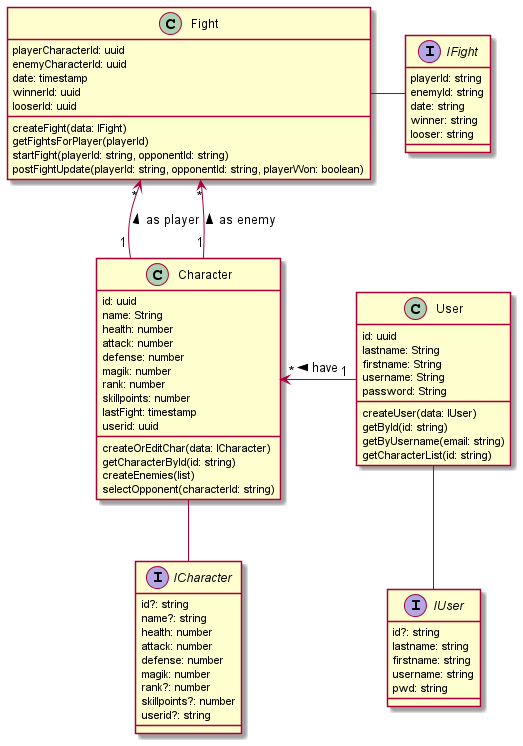
Above: out/model-class/model-class.png in UbikK/idle-rpg (PlantUML), before the change. Its diagram source:
```plantuml
@startuml

Class User {
    id: uuid
    lastname: String
    firstname: String
    username: String
    password: String
    createUser(data: IUser)
    getById(id: string)
    getByUsername(email: string)
    getCharacterList(id: string)
}

Class Character {
    id: uuid
    name: String
    health: number
    attack: number
    defense: number
    magik: number
    rank: number
    skillpoints: number
    lastFight: timestamp
    userid: uuid
    createOrEditChar(data: ICharacter)
    getCharacterById(id: string)
    createEnemies(list)
    selectOpponent(characterId: string)
}

Class Fight {
    playerCharacterId: uuid
    enemyCharacterId: uuid
    date: timestamp
    winnerId: uuid
    looserId: uuid
    createFight(data: IFight)
    getFightsForPlayer(playerId)
    startFight(playerId: string, opponentId: string)
    postFightUpdate(playerId: string, opponentId: string, playerWon: boolean)
}

Interface ICharacter {
    id?: string
    name?: string
    health: number
    attack: number
    defense: number
    magik: number
    rank?: number
    skillpoints?: number
    userid?: string
}

Interface IUser {
    id?: string
    lastname: string
    firstname: string
    username: string
    pwd: string
}

Interface IFight {
    playerId: string
    enemyId: string
    date: string
    winner: string
    looser: string
}

User -down- IUser
Character -down- ICharacter
Fight-IFight
User "1" -left-> "*"Character: > have
Character"1" -up-> "*"Fight: > as player
Character"1" -down-> "*"Fight: > as enemy

@enduml
```
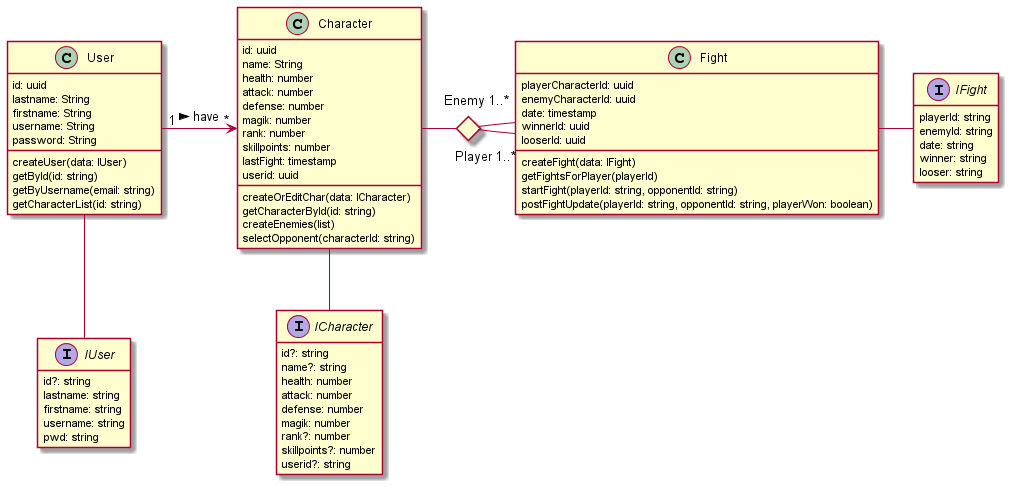
Above is the later version.

Commit message:
diagramme classe

Change to the diagram source:
```diff
@@ -68,12 +68,19 @@
     winner: string
     looser: string
 }
+hide IUser methods
+hide ICharacter methods
+hide IFight methods
 
+<> diamond
 User -down- IUser
 Character -down- ICharacter
 Fight-IFight
-User "1" -left-> "*"Character: > have
-Character"1" -up-> "*"Fight: > as player
-Character"1" -down-> "*"Fight: > as enemy
+User "1" -right-> "*"Character: > have
+
+
+Character - diamond
+diamond - "Player 1..*" Fight
+diamond - "Enemy 1..* " Fight
 
 @enduml
```
